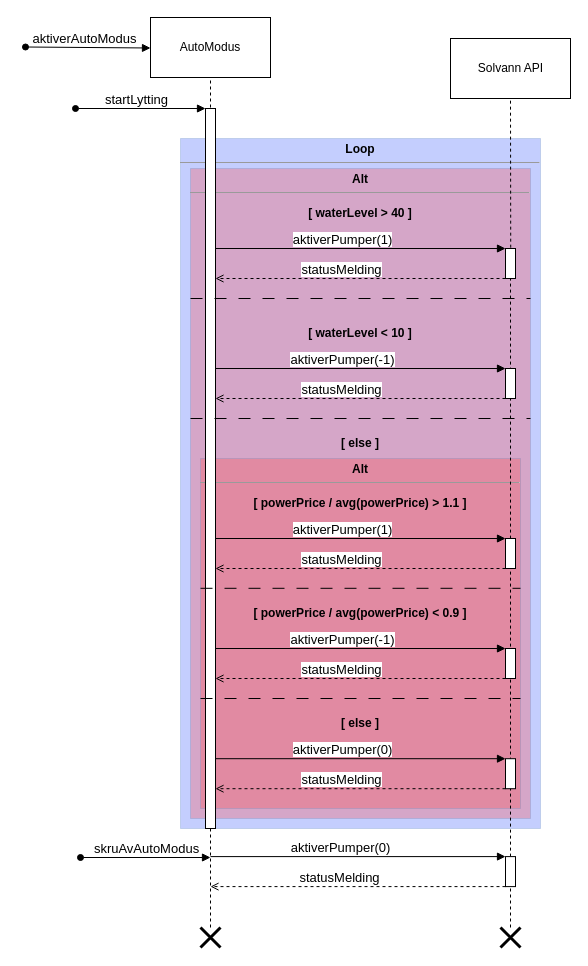
This is page "Sekvensdiagram" (3 of 4) of UML.drawio from USN-Gjengen/APP2000_Gruppe06_Solvann-Driftsystem, a draw.io file, before an edit. Source tidied: cells renumbered, new cells numbered last; positions are measured from the earlier drawing's top-left corner, leaving out a move shared by most shapes. Both pictures are drawn from the tidied source at 100%, with x=0, y=0 at pixel (25, 17).
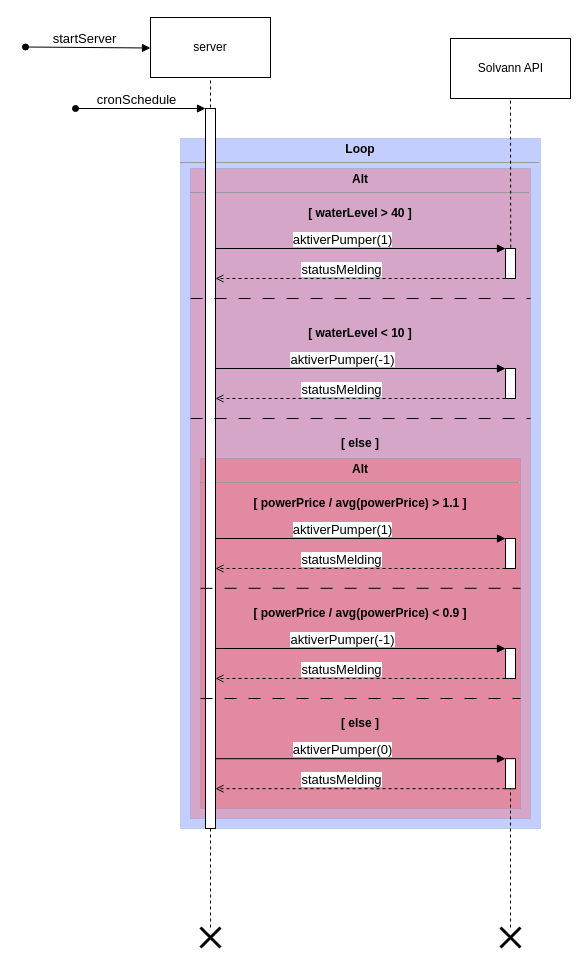
The same page after the edit.

Unchanged cells that the change refers to:
```xml
<mxCell id="14" style="endArrow=block;html=1;rounded=0;fontSize=13;endFill=1;startArrow=oval;startFill=1;entryX=0;entryY=0;entryDx=0;entryDy=0;" parent="1" edge="1">
  <mxGeometry relative="1" as="geometry">
    <mxPoint y="29.5" as="sourcePoint" />
    <mxPoint x="125" y="30.5" as="targetPoint" />
  </mxGeometry>
</mxCell>
<mxCell id="16" style="shape=umlDestroy;whiteSpace=wrap;html=1;strokeWidth=3;targetShapes=umlLifeline;" parent="1" vertex="1">
  <mxGeometry x="475" y="910" width="20" height="20" as="geometry" />
</mxCell>
<mxCell id="21" style="rounded=0;whiteSpace=wrap;html=1;" parent="1" vertex="1">
  <mxGeometry x="480" y="231" width="10" height="30" as="geometry" />
</mxCell>
<mxCell id="50" style="rounded=0;whiteSpace=wrap;html=1;" parent="1" vertex="1">
  <mxGeometry x="480" y="741.2" width="10" height="30" as="geometry" />
</mxCell>
<mxCell id="53" style="endArrow=block;html=1;rounded=0;fontSize=13;endFill=1;startArrow=oval;startFill=1;" parent="1" edge="1">
  <mxGeometry relative="1" as="geometry">
    <mxPoint x="50" y="91" as="sourcePoint" />
    <mxPoint x="180" y="91" as="targetPoint" />
  </mxGeometry>
</mxCell>
```

What changed in the source:
```diff
@@
-    <mxCell id="6" value="AutoModus" style="rounded=0;whiteSpace=wrap;html=1;" parent="1" vertex="1">
+    <mxCell id="6" value="server" style="rounded=0;whiteSpace=wrap;html=1;" parent="1" vertex="1">
       <mxGeometry x="125" width="120" height="60" as="geometry" />
     </mxCell>
@@
-    <mxCell id="15" value="aktiverAutoModus" style="edgeLabel;html=1;align=center;verticalAlign=middle;fontSize=13;" parent="14" vertex="1">
+    <mxCell id="15" value="startServer" style="edgeLabel;html=1;align=center;verticalAlign=middle;fontSize=13;" parent="14" vertex="1">
       <mxGeometry x="0.13" y="3" relative="1" as="geometry">
         <mxPoint x="-13" y="-7" as="offset" />
       </mxGeometry>
     </mxCell>
@@
-    <mxCell id="20" style="endArrow=none;dashed=1;html=1;rounded=0;entryX=0.5;entryY=1;entryDx=0;entryDy=0;startArrow=none;" parent="1" edge="1" source="60" target="21">
-      <mxGeometry relative="1" as="geometry" />
-    </mxCell>
@@
-    <mxCell id="51" style="endArrow=block;html=1;rounded=0;fontSize=13;endFill=1;startArrow=oval;startFill=1;entryX=0;entryY=0;entryDx=0;entryDy=0;" parent="1" edge="1">
-      <mxGeometry relative="1" as="geometry">
-        <mxPoint x="55" y="840" as="sourcePoint" />
-        <mxPoint x="185" y="840" as="targetPoint" />
-      </mxGeometry>
-    </mxCell>
-    <mxCell id="52" value="skruAvAutoModus" style="edgeLabel;html=1;align=center;verticalAlign=middle;fontSize=13;" parent="51" vertex="1">
-      <mxGeometry x="0.13" y="3" relative="1" as="geometry">
-        <mxPoint x="-8" y="-7" as="offset" />
-      </mxGeometry>
-    </mxCell>
@@
-    <mxCell id="54" value="startLytting" style="edgeLabel;html=1;align=center;verticalAlign=middle;fontSize=13;" parent="53" vertex="1">
+    <mxCell id="54" value="cronSchedule" style="edgeLabel;html=1;align=center;verticalAlign=middle;fontSize=13;" parent="53" vertex="1">
       <mxGeometry x="0.13" y="3" relative="1" as="geometry">
         <mxPoint x="-13" y="-7" as="offset" />
       </mxGeometry>
     </mxCell>
-    <mxCell id="55" style="endArrow=open;html=1;rounded=0;dashed=1;fontSize=14;endFill=0;exitX=0;exitY=1;exitDx=0;exitDy=0;" parent="1" edge="1" source="60">
-      <mxGeometry relative="1" as="geometry">
-        <mxPoint x="185" y="869.1" as="targetPoint" />
-      </mxGeometry>
-    </mxCell>
-    <mxCell id="56" value="statusMelding" style="edgeLabel;html=1;align=center;verticalAlign=middle;fontSize=13;" parent="55" vertex="1">
-      <mxGeometry x="-0.33" y="-2" relative="1" as="geometry">
-        <mxPoint x="-68" y="-8" as="offset" />
-      </mxGeometry>
-    </mxCell>
-    <mxCell id="57" style="endArrow=block;html=1;rounded=0;fontSize=13;endFill=1;entryX=0;entryY=0;entryDx=0;entryDy=0;" parent="1" edge="1" target="60">
-      <mxGeometry relative="1" as="geometry">
-        <mxPoint x="185" y="839.1" as="sourcePoint" />
-      </mxGeometry>
-    </mxCell>
-    <mxCell id="58" value="aktiverPumper(0)" style="edgeLabel;html=1;align=center;verticalAlign=middle;fontSize=13;" parent="57" vertex="1">
-      <mxGeometry x="0.13" y="3" relative="1" as="geometry">
-        <mxPoint x="-38" y="-7" as="offset" />
-      </mxGeometry>
-    </mxCell>
-    <mxCell id="59" style="endArrow=none;dashed=1;html=1;rounded=0;entryX=0.5;entryY=1;entryDx=0;entryDy=0;" parent="1" edge="1" source="16" target="60">
+    <mxCell id="59" style="endArrow=none;dashed=1;html=1;rounded=0;" parent="1" edge="1" source="16" target="50">
       <mxGeometry relative="1" as="geometry" />
     </mxCell>
-    <mxCell id="60" style="rounded=0;whiteSpace=wrap;html=1;" parent="1" vertex="1">
-      <mxGeometry x="480" y="839.1" width="10" height="30" as="geometry" />
-    </mxCell>
```
